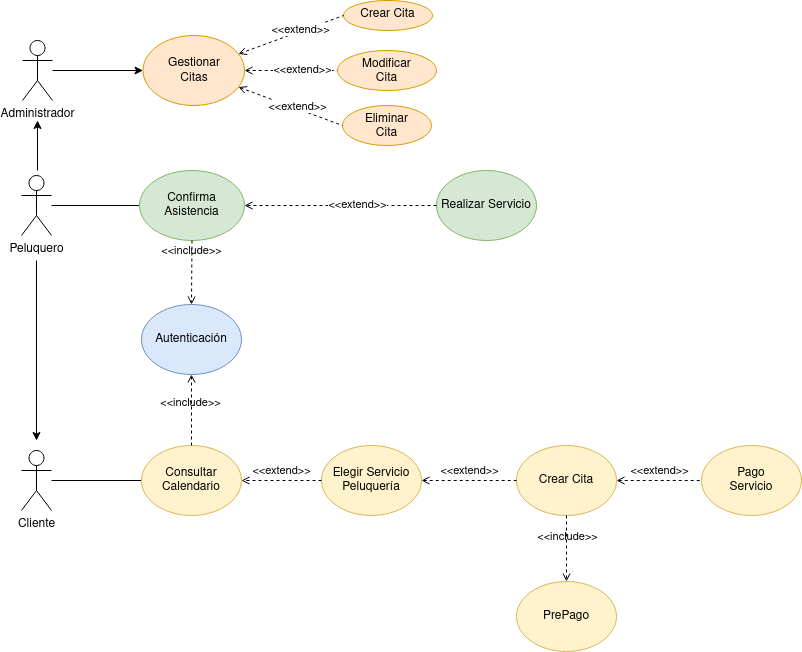
colidom/proyecto-ets keeps this draw.io diagram as doc/Casos de uso/ES-CasosUso.drawio.png. Above is the earlier version. Source tidied: cells renumbered, new cells last; positions are measured from the earlier drawing's top-left corner, leaving out a move shared by most shapes. The source it was exported from:
```xml
<mxGraphModel>
  <root>
    <mxCell id="0" />
    <mxCell id="1" parent="0" />
    <mxCell id="2" style="rounded=0;jettySize=auto;html=1;endArrow=none;endFill=0;entryX=0;entryY=0.5;entryDx=0;entryDy=0;" parent="1" edge="1" source="3" target="5">
      <mxGeometry relative="1" as="geometry" />
    </mxCell>
    <mxCell id="3" value="Cliente" style="shape=umlActor;verticalLabelPosition=bottom;verticalAlign=top;html=1;outlineConnect=0;" parent="1" vertex="1">
      <mxGeometry y="450" width="30" height="60" as="geometry" />
    </mxCell>
    <mxCell id="4" value="Autenticación" style="ellipse;whiteSpace=wrap;html=1;fillColor=#dae8fc;strokeColor=#6c8ebf;" parent="1" vertex="1">
      <mxGeometry x="120" y="304" width="100" height="70" as="geometry" />
    </mxCell>
    <mxCell id="5" value="&lt;div&gt;Consultar&lt;/div&gt;&lt;div&gt;Calendario&lt;br&gt;&lt;/div&gt;" style="ellipse;whiteSpace=wrap;html=1;fillColor=#fff2cc;strokeColor=#d6b656;" parent="1" vertex="1">
      <mxGeometry x="120" y="445" width="100" height="70" as="geometry" />
    </mxCell>
    <mxCell id="6" value="Elegir Servicio Peluquería" style="ellipse;whiteSpace=wrap;html=1;fillColor=#fff2cc;strokeColor=#d6b656;" parent="1" vertex="1">
      <mxGeometry x="300" y="445" width="100" height="70" as="geometry" />
    </mxCell>
    <mxCell id="7" value="Crear Cita" style="ellipse;whiteSpace=wrap;html=1;fillColor=#fff2cc;strokeColor=#d6b656;" parent="1" vertex="1">
      <mxGeometry x="495" y="445" width="100" height="70" as="geometry" />
    </mxCell>
    <mxCell id="8" value="PrePago" style="ellipse;whiteSpace=wrap;html=1;fillColor=#fff2cc;strokeColor=#d6b656;" parent="1" vertex="1">
      <mxGeometry x="495" y="581" width="100" height="70" as="geometry" />
    </mxCell>
    <mxCell id="9" value="&amp;lt;&amp;lt;include&amp;gt;&amp;gt;" style="html=1;verticalAlign=bottom;labelBackgroundColor=none;endArrow=open;endFill=0;dashed=1;rounded=0;entryX=0.5;entryY=1;entryDx=0;entryDy=0;exitX=0.5;exitY=0;exitDx=0;exitDy=0;" parent="1" edge="1" source="5" target="4">
      <mxGeometry x="-0.07" y="1" relative="1" as="geometry" />
    </mxCell>
    <mxCell id="10" value="&amp;lt;&amp;lt;extend&amp;gt;&amp;gt;" style="html=1;verticalAlign=bottom;labelBackgroundColor=none;endArrow=open;endFill=0;dashed=1;rounded=0;exitX=0;exitY=0.5;exitDx=0;exitDy=0;entryX=1;entryY=0.5;entryDx=0;entryDy=0;" parent="1" edge="1" source="6" target="5">
      <mxGeometry relative="1" as="geometry" />
    </mxCell>
    <mxCell id="11" value="&amp;lt;&amp;lt;extend&amp;gt;&amp;gt;" style="html=1;verticalAlign=bottom;labelBackgroundColor=none;endArrow=none;endFill=0;dashed=1;rounded=0;entryX=0;entryY=0.5;entryDx=0;entryDy=0;startArrow=open;startFill=0;exitX=1;exitY=0.5;exitDx=0;exitDy=0;" parent="1" edge="1" source="6" target="7">
      <mxGeometry relative="1" as="geometry" />
    </mxCell>
    <mxCell id="12" value="&amp;lt;&amp;lt;include&amp;gt;&amp;gt;" style="html=1;verticalAlign=bottom;labelBackgroundColor=none;endArrow=open;endFill=0;dashed=1;rounded=0;exitX=0.5;exitY=1;exitDx=0;exitDy=0;entryX=0.5;entryY=0;entryDx=0;entryDy=0;" parent="1" edge="1" source="7" target="8">
      <mxGeometry x="-0.06" y="1" relative="1" as="geometry" />
    </mxCell>
    <mxCell id="13" value="Realizar Servicio" style="ellipse;whiteSpace=wrap;html=1;fillColor=#d5e8d4;strokeColor=#82b366;" parent="1" vertex="1">
      <mxGeometry x="415" y="170" width="100" height="70" as="geometry" />
    </mxCell>
    <mxCell id="14" value="&amp;lt;&amp;lt;extend&amp;gt;&amp;gt;" style="html=1;verticalAlign=bottom;labelBackgroundColor=none;endArrow=none;endFill=0;dashed=1;rounded=0;startArrow=open;startFill=0;exitX=1;exitY=0.5;exitDx=0;exitDy=0;entryX=0;entryY=0.5;entryDx=0;entryDy=0;" parent="1" edge="1" source="7" target="15">
      <mxGeometry relative="1" as="geometry" />
    </mxCell>
    <mxCell id="15" value="&lt;div&gt;Pago&lt;br&gt;&lt;/div&gt;&lt;div&gt;Servicio&lt;/div&gt;" style="ellipse;whiteSpace=wrap;html=1;fillColor=#fff2cc;strokeColor=#d6b656;" parent="1" vertex="1">
      <mxGeometry x="680" y="445" width="100" height="70" as="geometry" />
    </mxCell>
    <mxCell id="16" style="edgeStyle=orthogonalEdgeStyle;rounded=0;orthogonalLoop=1;jettySize=auto;html=1;" parent="1" edge="1">
      <mxGeometry relative="1" as="geometry">
        <mxPoint x="15" y="260" as="sourcePoint" />
        <mxPoint x="15" y="440" as="targetPoint" />
      </mxGeometry>
    </mxCell>
    <mxCell id="17" value="Peluquero" style="shape=umlActor;verticalLabelPosition=bottom;verticalAlign=top;html=1;outlineConnect=0;" parent="1" vertex="1">
      <mxGeometry y="175" width="30" height="60" as="geometry" />
    </mxCell>
    <mxCell id="18" style="rounded=0;jettySize=auto;html=1;endArrow=none;endFill=0;entryX=0;entryY=0.5;entryDx=0;entryDy=0;" parent="1" edge="1" source="17" target="21">
      <mxGeometry relative="1" as="geometry" />
    </mxCell>
    <mxCell id="19" style="edgeStyle=orthogonalEdgeStyle;rounded=0;jettySize=auto;html=1;dashed=1;endArrow=open;endFill=0;entryX=1;entryY=0.5;entryDx=0;entryDy=0;" parent="1" edge="1" source="13" target="21">
      <mxGeometry relative="1" as="geometry" />
    </mxCell>
    <mxCell id="20" value="&amp;lt;&amp;lt;extend&amp;gt;&amp;gt;" style="edgeLabel;html=1;align=center;verticalAlign=middle;" parent="19" vertex="1">
      <mxGeometry x="0.19" y="3" relative="1" as="geometry">
        <mxPoint x="34" y="-5" as="offset" />
      </mxGeometry>
    </mxCell>
    <mxCell id="21" value="Confirma Asistencia" style="ellipse;whiteSpace=wrap;html=1;fillColor=#d5e8d4;strokeColor=#82b366;" parent="1" vertex="1">
      <mxGeometry x="118" y="170" width="105" height="70" as="geometry" />
    </mxCell>
    <mxCell id="22" value="&amp;lt;&amp;lt;include&amp;gt;&amp;gt;" style="html=1;verticalAlign=bottom;labelBackgroundColor=none;endArrow=open;endFill=0;dashed=1;rounded=0;exitX=0.5;exitY=1;exitDx=0;exitDy=0;entryX=0.5;entryY=0;entryDx=0;entryDy=0;" parent="1" edge="1" source="21" target="4">
      <mxGeometry x="-0.37" relative="1" as="geometry" />
    </mxCell>
    <mxCell id="23" style="edgeStyle=orthogonalEdgeStyle;rounded=0;jettySize=auto;html=1;" parent="1" edge="1" source="24" target="27">
      <mxGeometry relative="1" as="geometry" />
    </mxCell>
    <mxCell id="24" value="Administrador" style="shape=umlActor;verticalLabelPosition=bottom;verticalAlign=top;html=1;outlineConnect=0;" parent="1" vertex="1">
      <mxGeometry x="1" y="40" width="30" height="60" as="geometry" />
    </mxCell>
    <mxCell id="25" style="rounded=0;jettySize=auto;html=1;dashed=1;endArrow=none;endFill=0;startArrow=open;startFill=0;entryX=0;entryY=0.5;entryDx=0;entryDy=0;" parent="1" edge="1" source="27" target="29">
      <mxGeometry relative="1" as="geometry" />
    </mxCell>
    <mxCell id="26" value="&amp;lt;&amp;lt;extend&amp;gt;&amp;gt;" style="edgeLabel;html=1;align=center;verticalAlign=middle;" parent="25" vertex="1">
      <mxGeometry x="0.23" y="2" relative="1" as="geometry" />
    </mxCell>
    <mxCell id="27" value="&lt;div&gt;&lt;br&gt;&lt;/div&gt;&lt;div&gt;Gestionar&lt;/div&gt;&lt;div&gt;Citas&lt;br&gt;&lt;/div&gt;" style="ellipse;whiteSpace=wrap;html=1;verticalAlign=top;fillColor=#ffe6cc;strokeColor=#d79b00;" parent="1" vertex="1">
      <mxGeometry x="121.5" y="35" width="101.5" height="70" as="geometry" />
    </mxCell>
    <mxCell id="28" value="Crear Cita" style="ellipse;whiteSpace=wrap;html=1;verticalAlign=top;fillColor=#ffe6cc;strokeColor=#d79b00;" parent="1" vertex="1">
      <mxGeometry x="322" width="89" height="30" as="geometry" />
    </mxCell>
    <mxCell id="29" value="&lt;div&gt;Modificar &lt;br&gt;&lt;/div&gt;&lt;div&gt;Cita&lt;/div&gt;" style="ellipse;whiteSpace=wrap;html=1;verticalAlign=top;fillColor=#ffe6cc;strokeColor=#d79b00;" parent="1" vertex="1">
      <mxGeometry x="316" y="50" width="99" height="40" as="geometry" />
    </mxCell>
    <mxCell id="30" value="Eliminar&lt;div&gt;Cita&lt;br&gt;&lt;/div&gt;" style="ellipse;whiteSpace=wrap;html=1;verticalAlign=top;fillColor=#ffe6cc;strokeColor=#d79b00;" parent="1" vertex="1">
      <mxGeometry x="321" y="105" width="89" height="40" as="geometry" />
    </mxCell>
    <mxCell id="31" style="rounded=0;jettySize=auto;html=1;dashed=1;endArrow=none;endFill=0;startArrow=open;startFill=0;entryX=0;entryY=0.5;entryDx=0;entryDy=0;" parent="1" edge="1" source="27" target="28">
      <mxGeometry relative="1" as="geometry" />
    </mxCell>
    <mxCell id="32" value="&amp;lt;&amp;lt;extend&amp;gt;&amp;gt;" style="edgeLabel;html=1;align=center;verticalAlign=middle;" parent="31" vertex="1">
      <mxGeometry x="0.17" y="2" relative="1" as="geometry" />
    </mxCell>
    <mxCell id="33" style="rounded=0;jettySize=auto;html=1;dashed=1;endArrow=none;endFill=0;startArrow=open;startFill=0;entryX=0;entryY=0.5;entryDx=0;entryDy=0;" parent="1" edge="1" source="27" target="30">
      <mxGeometry relative="1" as="geometry" />
    </mxCell>
    <mxCell id="34" value="&amp;lt;&amp;lt;extend&amp;gt;&amp;gt;" style="edgeLabel;html=1;align=center;verticalAlign=middle;" parent="33" vertex="1">
      <mxGeometry x="0.38" y="-1" relative="1" as="geometry">
        <mxPoint x="-13" y="-9" as="offset" />
      </mxGeometry>
    </mxCell>
    <mxCell id="35" style="edgeStyle=orthogonalEdgeStyle;rounded=0;orthogonalLoop=1;jettySize=auto;html=1;endArrow=none;endFill=0;startArrow=classic;startFill=1;" parent="1" edge="1">
      <mxGeometry relative="1" as="geometry">
        <mxPoint x="16" y="120" as="sourcePoint" />
        <mxPoint x="16" y="170" as="targetPoint" />
      </mxGeometry>
    </mxCell>
  </root>
</mxGraphModel>
```
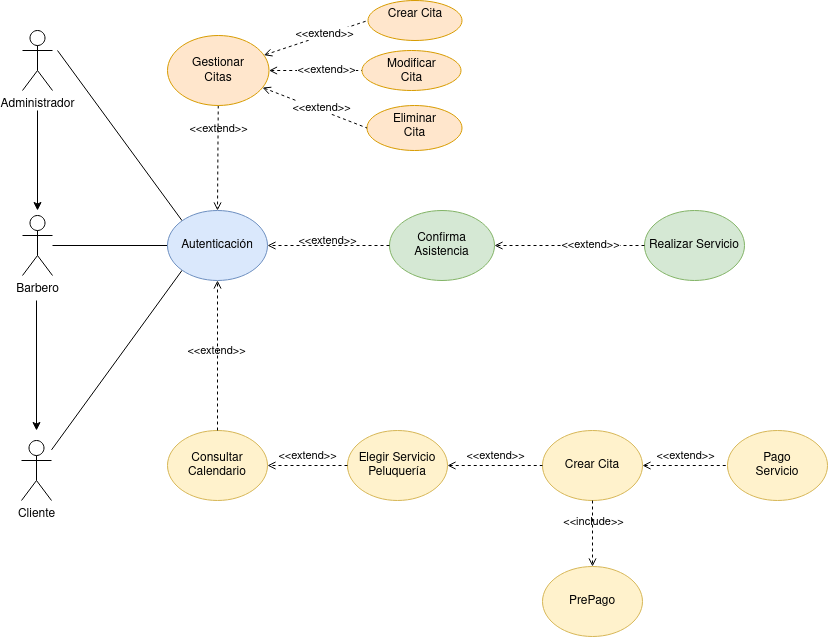
Above is the later version.

Commit message:
Corregido diagrama ES-CasosUso.drawio.png para issue 12

The edit, as a diff of the source:
```diff
@@ -2,28 +2,51 @@
   <root>
     <mxCell id="0" />
     <mxCell id="1" parent="0" />
-    <mxCell id="2" style="rounded=0;jettySize=auto;html=1;endArrow=none;endFill=0;entryX=0;entryY=0.5;entryDx=0;entryDy=0;" parent="1" edge="1" source="3" target="5">
-      <mxGeometry relative="1" as="geometry" />
-    </mxCell>
+    <mxCell id="36" style="rounded=0;jettySize=auto;html=1;endArrow=none;endFill=0;entryX=0;entryY=1;entryDx=0;entryDy=0;" parent="1" edge="1" source="3" target="4">
+      <mxGeometry relative="1" as="geometry" />
+    </mxCell>
     <mxCell id="3" value="Cliente" style="shape=umlActor;verticalLabelPosition=bottom;verticalAlign=top;html=1;outlineConnect=0;" parent="1" vertex="1">
-      <mxGeometry y="450" width="30" height="60" as="geometry" />
+      <mxGeometry x="-3" y="460" width="30" height="60" as="geometry" />
     </mxCell>
+    <mxCell id="37" style="rounded=0;orthogonalLoop=1;jettySize=auto;html=1;" parent="1" edge="1">
+      <mxGeometry relative="1" as="geometry">
+        <mxPoint x="12" y="320" as="sourcePoint" />
+        <mxPoint x="12" y="450" as="targetPoint" />
+      </mxGeometry>
+    </mxCell>
+    <mxCell id="38" style="rounded=0;jettySize=auto;html=1;endArrow=none;endFill=0;entryX=0;entryY=0.5;entryDx=0;entryDy=0;" parent="1" edge="1" source="47" target="4">
+      <mxGeometry relative="1" as="geometry" />
+    </mxCell>
+    <mxCell id="39" style="rounded=0;jettySize=auto;html=1;endArrow=none;endFill=0;entryX=0;entryY=0;entryDx=0;entryDy=0;" parent="1" edge="1" target="4">
+      <mxGeometry relative="1" as="geometry">
+        <mxPoint x="33" y="70" as="sourcePoint" />
+      </mxGeometry>
+    </mxCell>
+    <mxCell id="24" value="Administrador" style="shape=umlActor;verticalLabelPosition=bottom;verticalAlign=top;html=1;outlineConnect=0;" parent="1" vertex="1">
+      <mxGeometry x="-2" y="50" width="30" height="60" as="geometry" />
+    </mxCell>
+    <mxCell id="40" style="edgeStyle=orthogonalEdgeStyle;rounded=0;orthogonalLoop=1;jettySize=auto;html=1;endArrow=classic;endFill=1;startArrow=none;startFill=0;" parent="1" edge="1">
+      <mxGeometry relative="1" as="geometry">
+        <mxPoint x="13" y="130" as="sourcePoint" />
+        <mxPoint x="13" y="230" as="targetPoint" />
+      </mxGeometry>
+    </mxCell>
     <mxCell id="4" value="Autenticación" style="ellipse;whiteSpace=wrap;html=1;fillColor=#dae8fc;strokeColor=#6c8ebf;" parent="1" vertex="1">
-      <mxGeometry x="120" y="304" width="100" height="70" as="geometry" />
+      <mxGeometry x="143" y="230" width="100" height="70" as="geometry" />
     </mxCell>
     <mxCell id="5" value="&lt;div&gt;Consultar&lt;/div&gt;&lt;div&gt;Calendario&lt;br&gt;&lt;/div&gt;" style="ellipse;whiteSpace=wrap;html=1;fillColor=#fff2cc;strokeColor=#d6b656;" parent="1" vertex="1">
-      <mxGeometry x="120" y="445" width="100" height="70" as="geometry" />
+      <mxGeometry x="143" y="450" width="100" height="70" as="geometry" />
     </mxCell>
     <mxCell id="6" value="Elegir Servicio Peluquería" style="ellipse;whiteSpace=wrap;html=1;fillColor=#fff2cc;strokeColor=#d6b656;" parent="1" vertex="1">
-      <mxGeometry x="300" y="445" width="100" height="70" as="geometry" />
+      <mxGeometry x="323" y="450" width="100" height="70" as="geometry" />
     </mxCell>
     <mxCell id="7" value="Crear Cita" style="ellipse;whiteSpace=wrap;html=1;fillColor=#fff2cc;strokeColor=#d6b656;" parent="1" vertex="1">
-      <mxGeometry x="495" y="445" width="100" height="70" as="geometry" />
+      <mxGeometry x="518" y="450" width="100" height="70" as="geometry" />
     </mxCell>
     <mxCell id="8" value="PrePago" style="ellipse;whiteSpace=wrap;html=1;fillColor=#fff2cc;strokeColor=#d6b656;" parent="1" vertex="1">
-      <mxGeometry x="495" y="581" width="100" height="70" as="geometry" />
+      <mxGeometry x="518" y="586" width="100" height="70" as="geometry" />
     </mxCell>
-    <mxCell id="9" value="&amp;lt;&amp;lt;include&amp;gt;&amp;gt;" style="html=1;verticalAlign=bottom;labelBackgroundColor=none;endArrow=open;endFill=0;dashed=1;rounded=0;entryX=0.5;entryY=1;entryDx=0;entryDy=0;exitX=0.5;exitY=0;exitDx=0;exitDy=0;" parent="1" edge="1" source="5" target="4">
+    <mxCell id="9" value="&amp;lt;&amp;lt;extend&amp;gt;&amp;gt;" style="html=1;verticalAlign=bottom;labelBackgroundColor=none;endArrow=open;endFill=0;dashed=1;rounded=0;entryX=0.5;entryY=1;entryDx=0;entryDy=0;exitX=0.5;exitY=0;exitDx=0;exitDy=0;" parent="1" edge="1" source="5" target="4">
       <mxGeometry x="-0.07" y="1" relative="1" as="geometry" />
     </mxCell>
     <mxCell id="10" value="&amp;lt;&amp;lt;extend&amp;gt;&amp;gt;" style="html=1;verticalAlign=bottom;labelBackgroundColor=none;endArrow=open;endFill=0;dashed=1;rounded=0;exitX=0;exitY=0.5;exitDx=0;exitDy=0;entryX=1;entryY=0.5;entryDx=0;entryDy=0;" parent="1" edge="1" source="6" target="5">
@@ -36,83 +59,68 @@
       <mxGeometry x="-0.06" y="1" relative="1" as="geometry" />
     </mxCell>
     <mxCell id="13" value="Realizar Servicio" style="ellipse;whiteSpace=wrap;html=1;fillColor=#d5e8d4;strokeColor=#82b366;" parent="1" vertex="1">
-      <mxGeometry x="415" y="170" width="100" height="70" as="geometry" />
+      <mxGeometry x="620" y="230" width="100" height="70" as="geometry" />
     </mxCell>
     <mxCell id="14" value="&amp;lt;&amp;lt;extend&amp;gt;&amp;gt;" style="html=1;verticalAlign=bottom;labelBackgroundColor=none;endArrow=none;endFill=0;dashed=1;rounded=0;startArrow=open;startFill=0;exitX=1;exitY=0.5;exitDx=0;exitDy=0;entryX=0;entryY=0.5;entryDx=0;entryDy=0;" parent="1" edge="1" source="7" target="15">
       <mxGeometry relative="1" as="geometry" />
     </mxCell>
     <mxCell id="15" value="&lt;div&gt;Pago&lt;br&gt;&lt;/div&gt;&lt;div&gt;Servicio&lt;/div&gt;" style="ellipse;whiteSpace=wrap;html=1;fillColor=#fff2cc;strokeColor=#d6b656;" parent="1" vertex="1">
-      <mxGeometry x="680" y="445" width="100" height="70" as="geometry" />
+      <mxGeometry x="703" y="450" width="100" height="70" as="geometry" />
     </mxCell>
-    <mxCell id="16" style="edgeStyle=orthogonalEdgeStyle;rounded=0;orthogonalLoop=1;jettySize=auto;html=1;" parent="1" edge="1">
-      <mxGeometry relative="1" as="geometry">
-        <mxPoint x="15" y="260" as="sourcePoint" />
-        <mxPoint x="15" y="440" as="targetPoint" />
-      </mxGeometry>
-    </mxCell>
-    <mxCell id="17" value="Peluquero" style="shape=umlActor;verticalLabelPosition=bottom;verticalAlign=top;html=1;outlineConnect=0;" parent="1" vertex="1">
-      <mxGeometry y="175" width="30" height="60" as="geometry" />
-    </mxCell>
-    <mxCell id="18" style="rounded=0;jettySize=auto;html=1;endArrow=none;endFill=0;entryX=0;entryY=0.5;entryDx=0;entryDy=0;" parent="1" edge="1" source="17" target="21">
-      <mxGeometry relative="1" as="geometry" />
-    </mxCell>
     <mxCell id="19" style="edgeStyle=orthogonalEdgeStyle;rounded=0;jettySize=auto;html=1;dashed=1;endArrow=open;endFill=0;entryX=1;entryY=0.5;entryDx=0;entryDy=0;" parent="1" edge="1" source="13" target="21">
       <mxGeometry relative="1" as="geometry" />
     </mxCell>
-    <mxCell id="20" value="&amp;lt;&amp;lt;extend&amp;gt;&amp;gt;" style="edgeLabel;html=1;align=center;verticalAlign=middle;" parent="19" vertex="1">
-      <mxGeometry x="0.19" y="3" relative="1" as="geometry">
-        <mxPoint x="34" y="-5" as="offset" />
-      </mxGeometry>
-    </mxCell>
+    <mxCell id="41" value="&amp;lt;&amp;lt;extend&amp;gt;&amp;gt;" style="edgeLabel;html=1;align=center;verticalAlign=middle;" parent="19" vertex="1">
+      <mxGeometry x="0.19" y="3" relative="1" as="geometry">
+        <mxPoint x="34" y="-5" as="offset" />
+      </mxGeometry>
+    </mxCell>
     <mxCell id="21" value="Confirma Asistencia" style="ellipse;whiteSpace=wrap;html=1;fillColor=#d5e8d4;strokeColor=#82b366;" parent="1" vertex="1">
-      <mxGeometry x="118" y="170" width="105" height="70" as="geometry" />
+      <mxGeometry x="365" y="230" width="105" height="70" as="geometry" />
     </mxCell>
-    <mxCell id="22" value="&amp;lt;&amp;lt;include&amp;gt;&amp;gt;" style="html=1;verticalAlign=bottom;labelBackgroundColor=none;endArrow=open;endFill=0;dashed=1;rounded=0;exitX=0.5;exitY=1;exitDx=0;exitDy=0;entryX=0.5;entryY=0;entryDx=0;entryDy=0;" parent="1" edge="1" source="21" target="4">
-      <mxGeometry x="-0.37" relative="1" as="geometry" />
-    </mxCell>
-    <mxCell id="23" style="edgeStyle=orthogonalEdgeStyle;rounded=0;jettySize=auto;html=1;" parent="1" edge="1" source="24" target="27">
-      <mxGeometry relative="1" as="geometry" />
-    </mxCell>
-    <mxCell id="24" value="Administrador" style="shape=umlActor;verticalLabelPosition=bottom;verticalAlign=top;html=1;outlineConnect=0;" parent="1" vertex="1">
-      <mxGeometry x="1" y="40" width="30" height="60" as="geometry" />
-    </mxCell>
+    <mxCell id="42" value="&amp;lt;&amp;lt;extend&amp;gt;&amp;gt;" style="html=1;verticalAlign=bottom;labelBackgroundColor=none;endArrow=open;endFill=0;dashed=1;rounded=0;exitX=0.5;exitY=1;exitDx=0;exitDy=0;entryX=0.5;entryY=0;entryDx=0;entryDy=0;" parent="1" edge="1" source="27" target="4">
+      <mxGeometry x="-0.37" relative="1" as="geometry" />
+    </mxCell>
     <mxCell id="25" style="rounded=0;jettySize=auto;html=1;dashed=1;endArrow=none;endFill=0;startArrow=open;startFill=0;entryX=0;entryY=0.5;entryDx=0;entryDy=0;" parent="1" edge="1" source="27" target="29">
       <mxGeometry relative="1" as="geometry" />
     </mxCell>
-    <mxCell id="26" value="&amp;lt;&amp;lt;extend&amp;gt;&amp;gt;" style="edgeLabel;html=1;align=center;verticalAlign=middle;" parent="25" vertex="1">
-      <mxGeometry x="0.23" y="2" relative="1" as="geometry" />
-    </mxCell>
+    <mxCell id="43" value="&amp;lt;&amp;lt;extend&amp;gt;&amp;gt;" style="edgeLabel;html=1;align=center;verticalAlign=middle;" parent="25" vertex="1">
+      <mxGeometry x="0.23" y="2" relative="1" as="geometry" />
+    </mxCell>
     <mxCell id="27" value="&lt;div&gt;&lt;br&gt;&lt;/div&gt;&lt;div&gt;Gestionar&lt;/div&gt;&lt;div&gt;Citas&lt;br&gt;&lt;/div&gt;" style="ellipse;whiteSpace=wrap;html=1;verticalAlign=top;fillColor=#ffe6cc;strokeColor=#d79b00;" parent="1" vertex="1">
-      <mxGeometry x="121.5" y="35" width="101.5" height="70" as="geometry" />
+      <mxGeometry x="143" y="55" width="101.5" height="70" as="geometry" />
     </mxCell>
     <mxCell id="28" value="Crear Cita" style="ellipse;whiteSpace=wrap;html=1;verticalAlign=top;fillColor=#ffe6cc;strokeColor=#d79b00;" parent="1" vertex="1">
-      <mxGeometry x="322" width="89" height="30" as="geometry" />
+      <mxGeometry x="343.5" y="20" width="94" height="40" as="geometry" />
     </mxCell>
     <mxCell id="29" value="&lt;div&gt;Modificar &lt;br&gt;&lt;/div&gt;&lt;div&gt;Cita&lt;/div&gt;" style="ellipse;whiteSpace=wrap;html=1;verticalAlign=top;fillColor=#ffe6cc;strokeColor=#d79b00;" parent="1" vertex="1">
-      <mxGeometry x="316" y="50" width="99" height="40" as="geometry" />
+      <mxGeometry x="337.5" y="70" width="99" height="40" as="geometry" />
     </mxCell>
     <mxCell id="30" value="Eliminar&lt;div&gt;Cita&lt;br&gt;&lt;/div&gt;" style="ellipse;whiteSpace=wrap;html=1;verticalAlign=top;fillColor=#ffe6cc;strokeColor=#d79b00;" parent="1" vertex="1">
-      <mxGeometry x="321" y="105" width="89" height="40" as="geometry" />
+      <mxGeometry x="342.5" y="125" width="95" height="45" as="geometry" />
     </mxCell>
     <mxCell id="31" style="rounded=0;jettySize=auto;html=1;dashed=1;endArrow=none;endFill=0;startArrow=open;startFill=0;entryX=0;entryY=0.5;entryDx=0;entryDy=0;" parent="1" edge="1" source="27" target="28">
       <mxGeometry relative="1" as="geometry" />
     </mxCell>
-    <mxCell id="32" value="&amp;lt;&amp;lt;extend&amp;gt;&amp;gt;" style="edgeLabel;html=1;align=center;verticalAlign=middle;" parent="31" vertex="1">
-      <mxGeometry x="0.17" y="2" relative="1" as="geometry" />
-    </mxCell>
+    <mxCell id="44" value="&amp;lt;&amp;lt;extend&amp;gt;&amp;gt;" style="edgeLabel;html=1;align=center;verticalAlign=middle;" parent="31" vertex="1">
+      <mxGeometry x="0.17" y="2" relative="1" as="geometry" />
+    </mxCell>
     <mxCell id="33" style="rounded=0;jettySize=auto;html=1;dashed=1;endArrow=none;endFill=0;startArrow=open;startFill=0;entryX=0;entryY=0.5;entryDx=0;entryDy=0;" parent="1" edge="1" source="27" target="30">
       <mxGeometry relative="1" as="geometry" />
     </mxCell>
-    <mxCell id="34" value="&amp;lt;&amp;lt;extend&amp;gt;&amp;gt;" style="edgeLabel;html=1;align=center;verticalAlign=middle;" parent="33" vertex="1">
-      <mxGeometry x="0.38" y="-1" relative="1" as="geometry">
-        <mxPoint x="-13" y="-9" as="offset" />
-      </mxGeometry>
-    </mxCell>
-    <mxCell id="35" style="edgeStyle=orthogonalEdgeStyle;rounded=0;orthogonalLoop=1;jettySize=auto;html=1;endArrow=none;endFill=0;startArrow=classic;startFill=1;" parent="1" edge="1">
-      <mxGeometry relative="1" as="geometry">
-        <mxPoint x="16" y="120" as="sourcePoint" />
-        <mxPoint x="16" y="170" as="targetPoint" />
-      </mxGeometry>
-    </mxCell>
+    <mxCell id="45" value="&amp;lt;&amp;lt;extend&amp;gt;&amp;gt;" style="edgeLabel;html=1;align=center;verticalAlign=middle;" parent="33" vertex="1">
+      <mxGeometry x="0.38" y="-1" relative="1" as="geometry">
+        <mxPoint x="-13" y="-9" as="offset" />
+      </mxGeometry>
+    </mxCell>
+    <mxCell id="46" value="&amp;lt;&amp;lt;extend&amp;gt;&amp;gt;" style="html=1;verticalAlign=bottom;labelBackgroundColor=none;endArrow=open;endFill=0;dashed=1;rounded=0;exitX=0;exitY=0.5;exitDx=0;exitDy=0;entryX=1;entryY=0.5;entryDx=0;entryDy=0;" parent="1" edge="1">
+      <mxGeometry x="0.02" y="5" relative="1" as="geometry">
+        <mxPoint x="365" y="265" as="sourcePoint" />
+        <mxPoint x="243" y="265" as="targetPoint" />
+      </mxGeometry>
+    </mxCell>
+    <mxCell id="47" value="Barbero" style="shape=umlActor;verticalLabelPosition=bottom;verticalAlign=top;html=1;outlineConnect=0;" parent="1" vertex="1">
+      <mxGeometry x="-2" y="235" width="30" height="60" as="geometry" />
+    </mxCell>
   </root>
 </mxGraphModel>
```
